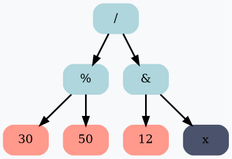
Above: Expression.png in RTCupid/Differentiator (Graphviz), before the change. Its source is kept beside it as Expression.dot. Source of this version:
```dot
digraph G {
	rankdir = HR;
	bgcolor="#F7F9FB"
	 node0x503000000040 [shape=Mrecord; style=filled; color="#aed6dc"; label =  "/ " ];
	 node0x503000000040 -> node0x503000000070 [ style=bold; weight=1000; ];
	 node0x503000000040 -> node0x503000000100 [ style=bold; weight=1000; ];
	 node0x503000000070 [shape=Mrecord; style=filled; color="#aed6dc"; label =  "% " ];
	 node0x503000000070 -> node0x5030000000a0 [ style=bold; weight=1000; ];
	 node0x503000000070 -> node0x5030000000d0 [ style=bold; weight=1000; ];
	 node0x5030000000a0 [shape=Mrecord; style=filled; color="#ff9a8d"; label =  "30 " ];
	 node0x5030000000d0 [shape=Mrecord; style=filled; color="#ff9a8d"; label =  "50 " ];
	 node0x503000000100 [shape=Mrecord; style=filled; color="#aed6dc"; label =  "& " ];
	 node0x503000000100 -> node0x503000000130 [ style=bold; weight=1000; ];
	 node0x503000000100 -> node0x503000000160 [ style=bold; weight=1000; ];
	 node0x503000000130 [shape=Mrecord; style=filled; color="#ff9a8d"; label =  "12 " ];
	 node0x503000000160 [shape=Mrecord; style=filled; color="#4a536b"; label =  "x " ];
}
```
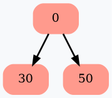
Above is the later version.

Diff of the diagram source:
```diff
@@ -1,17 +1,9 @@
 digraph G {
 	rankdir = HR;
 	bgcolor="#F7F9FB"
-	 node0x503000000040 [shape=Mrecord; style=filled; color="#aed6dc"; label =  "/ " ];
-	 node0x503000000040 -> node0x503000000070 [ style=bold; weight=1000; ];
-	 node0x503000000040 -> node0x503000000100 [ style=bold; weight=1000; ];
-	 node0x503000000070 [shape=Mrecord; style=filled; color="#aed6dc"; label =  "% " ];
-	 node0x503000000070 -> node0x5030000000a0 [ style=bold; weight=1000; ];
-	 node0x503000000070 -> node0x5030000000d0 [ style=bold; weight=1000; ];
-	 node0x5030000000a0 [shape=Mrecord; style=filled; color="#ff9a8d"; label =  "30 " ];
-	 node0x5030000000d0 [shape=Mrecord; style=filled; color="#ff9a8d"; label =  "50 " ];
-	 node0x503000000100 [shape=Mrecord; style=filled; color="#aed6dc"; label =  "& " ];
-	 node0x503000000100 -> node0x503000000130 [ style=bold; weight=1000; ];
-	 node0x503000000100 -> node0x503000000160 [ style=bold; weight=1000; ];
-	 node0x503000000130 [shape=Mrecord; style=filled; color="#ff9a8d"; label =  "12 " ];
-	 node0x503000000160 [shape=Mrecord; style=filled; color="#4a536b"; label =  "x " ];
+	 node0x5030000000a0 [shape=Mrecord; style=filled; color="#ff9a8d"; label =  "0 " ];
+	 node0x5030000000a0 -> node0x503000000040 [ style=bold; weight=1000; ];
+	 node0x5030000000a0 -> node0x503000000070 [ style=bold; weight=1000; ];
+	 node0x503000000040 [shape=Mrecord; style=filled; color="#ff9a8d"; label =  "30 " ];
+	 node0x503000000070 [shape=Mrecord; style=filled; color="#ff9a8d"; label =  "50 " ];
 }
```
